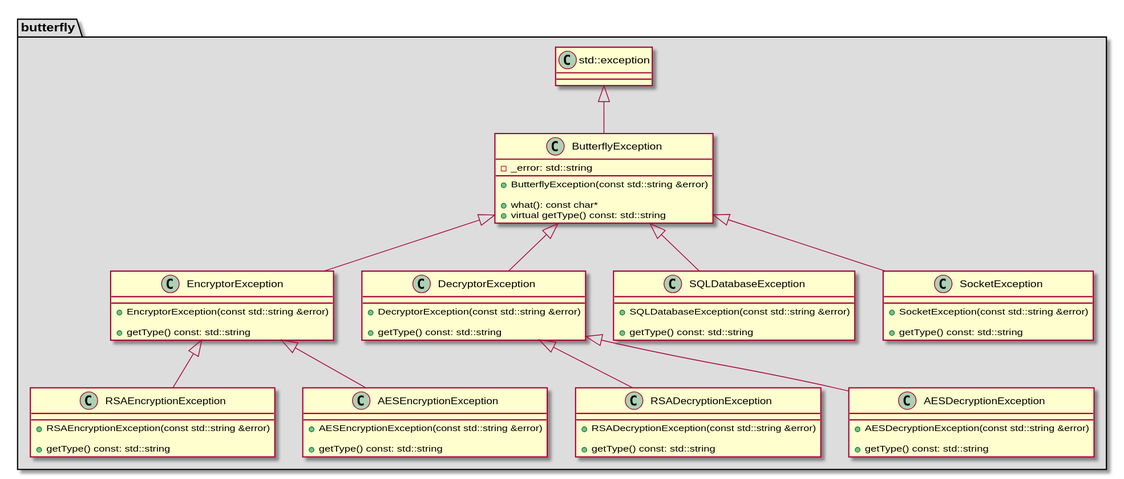
bierschi/butterfly keeps this PlantUML diagram as architecture/class_diagrams/bflyExceptions.svg. Above is the earlier version.
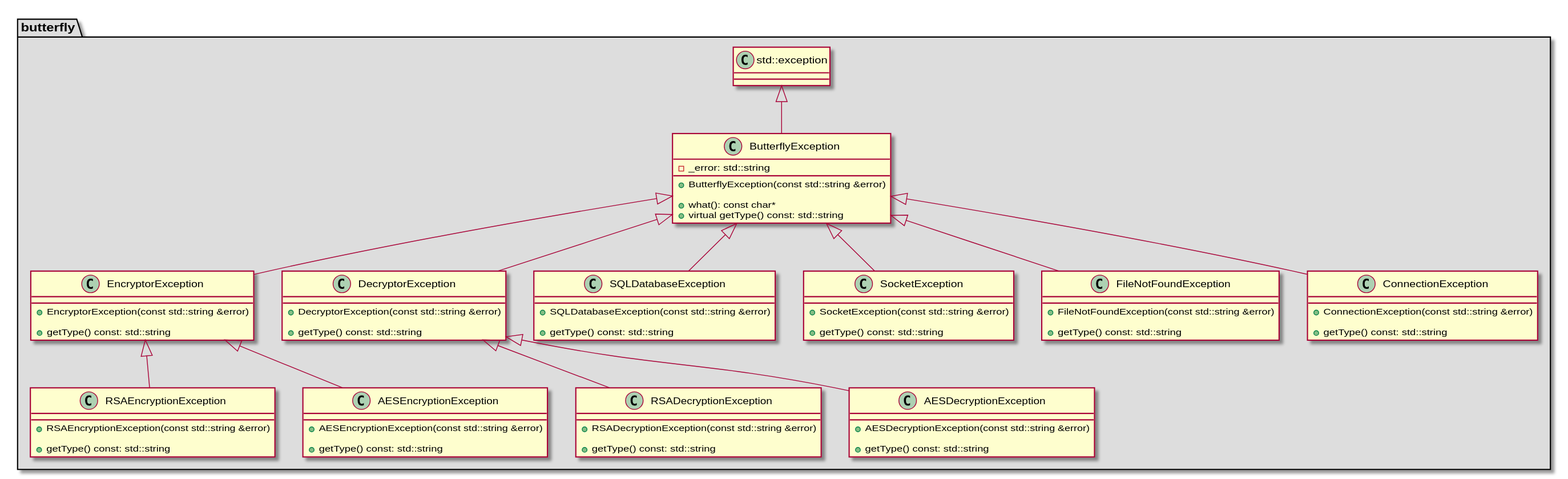
After the change.

Change to the diagram source:
```diff
@@ -82,6 +82,21 @@
     + getType() const: std::string
 }
 
+class FileNotFoundException
+{
+
+    + FileNotFoundException(const std::string &error)
+
+    + getType() const: std::string
+}
+
+class ConnectionException
+{
+
+    + ConnectionException(const std::string &error)
+
+    + getType() const: std::string
+}
 
 std::exception <|-- ButterflyException
 ButterflyException <|-- EncryptorException
@@ -94,6 +109,8 @@
 
 ButterflyException <|-- SQLDatabaseException
 ButterflyException <|-- SocketException
+ButterflyException <|-- FileNotFoundException
+ButterflyException <|-- ConnectionException
 
 }
 @enduml
```
